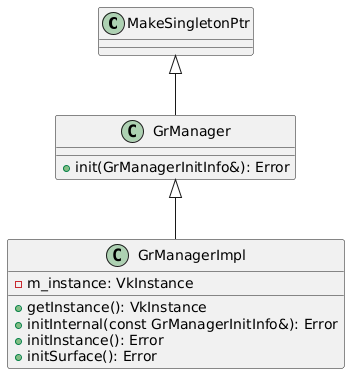
This is Images/GameEngineRhiSystemAnalysis/InstanceAnkiVK.png from Alegruz/alegruz.github.io, a PlantUML export, as it was before one commit.
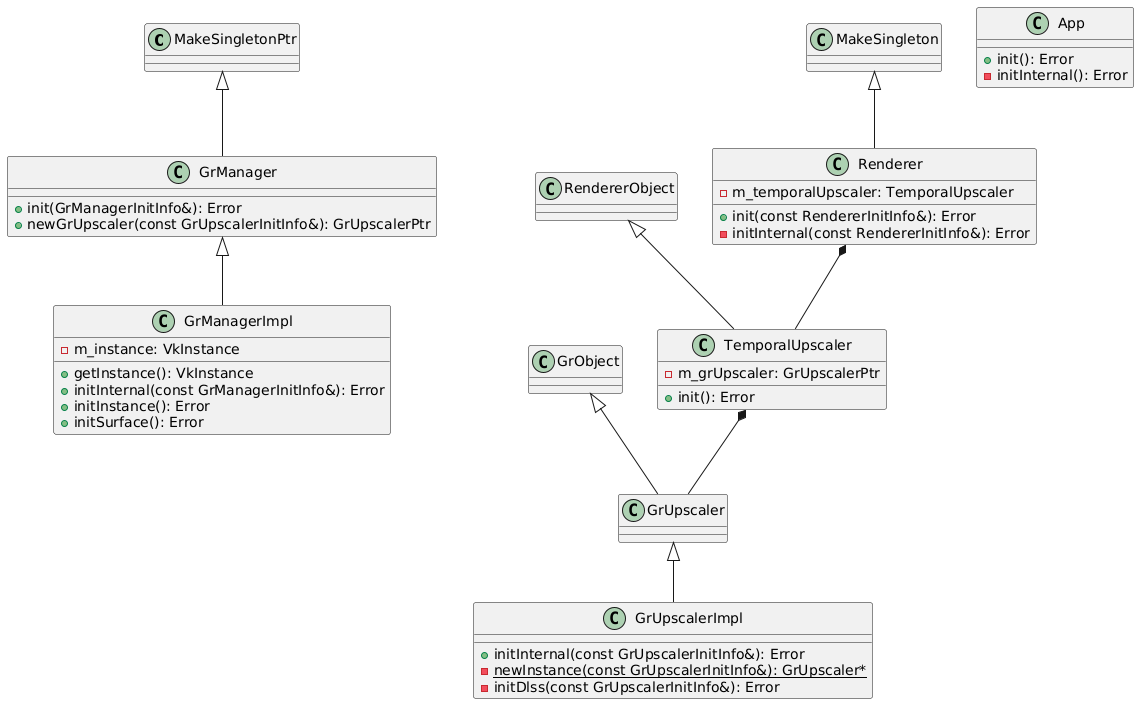
After the commit.

Commit message:
[ADD] added Vulkan instance usage for DLSS

The edit, as a diff of the source:
```diff
@@ -3,6 +3,7 @@
 
 class GrManager {
     +init(GrManagerInitInfo&): Error
+    +newGrUpscaler(const GrUpscalerInitInfo&): GrUpscalerPtr
 }
 
 MakeSingletonPtr <|-- GrManager
@@ -16,4 +17,44 @@
 }
 
 GrManager <|-- GrManagerImpl
+
+class GrObject
+
+class GrUpscaler
+
+GrObject <|-- GrUpscaler
+
+class GrUpscalerImpl {
+    +initInternal(const GrUpscalerInitInfo&): Error
+    -{static} newInstance(const GrUpscalerInitInfo&): GrUpscaler*
+    -initDlss(const GrUpscalerInitInfo&): Error
+}
+
+GrUpscaler <|-- GrUpscalerImpl
+
+class RendererObject
+
+class TemporalUpscaler {
+    -m_grUpscaler: GrUpscalerPtr
+    +init(): Error
+}
+
+RendererObject <|-- TemporalUpscaler
+TemporalUpscaler *-- GrUpscaler
+
+class Renderer {
+    -m_temporalUpscaler: TemporalUpscaler
+    +init(const RendererInitInfo&): Error
+    -initInternal(const RendererInitInfo&): Error
+}
+
+class MakeSingleton
+
+MakeSingleton <|-- Renderer
+Renderer *-- TemporalUpscaler
+
+class App {
+    +init(): Error
+    -initInternal(): Error
+}
 @enduml
```
